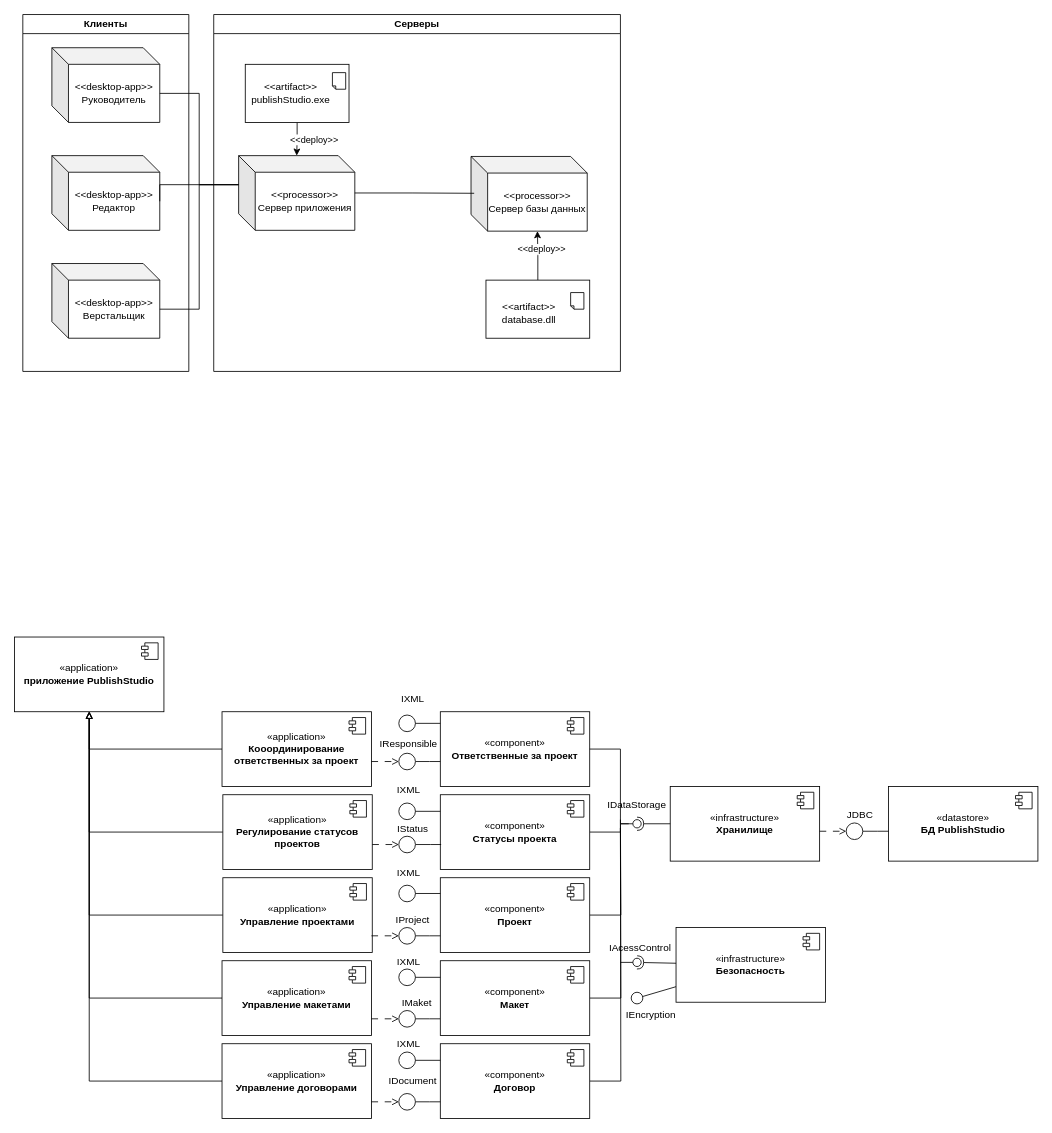
Earlier version of the draw.io diagram prac7.drawio (danaddi/draw.io). Source tidied: cells renumbered, new cells numbered last; positions are measured from the earlier drawing's top-left corner, leaving out a move shared by most shapes. Both pictures are drawn from the tidied source at 83%, with x=0, y=0 at pixel (14, 14).
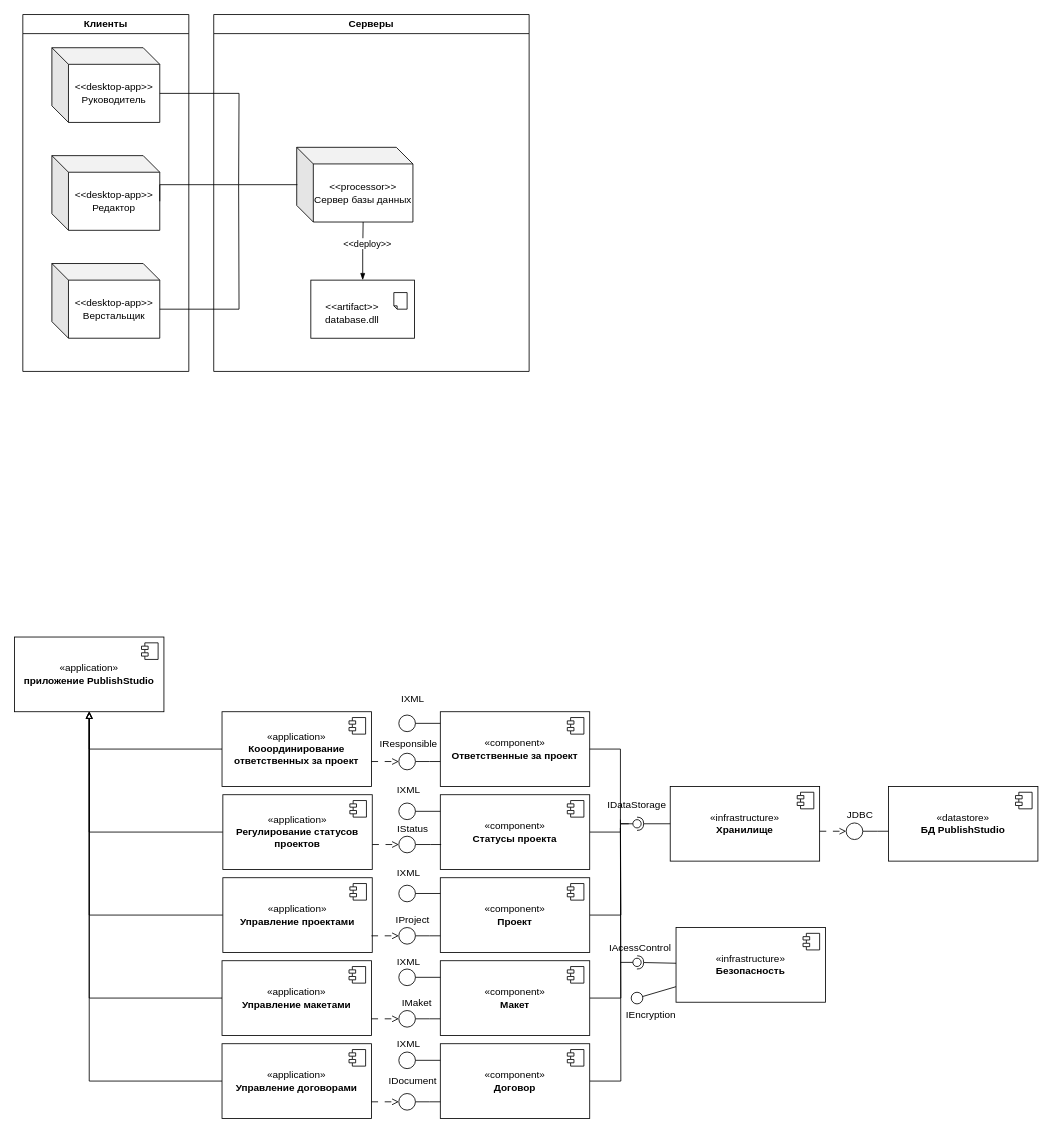
After the change.

Unchanged cells that the change refers to:
```xml
<mxCell id="3" value="&amp;lt;&amp;lt;desktop-app&amp;gt;&amp;gt;&lt;div&gt;Руководитель&lt;/div&gt;" style="shape=cube;whiteSpace=wrap;html=1;boundedLbl=1;backgroundOutline=1;darkOpacity=0.05;darkOpacity2=0.1;" parent="2" vertex="1">
  <mxGeometry x="35" y="40" width="130" height="90" as="geometry" />
</mxCell>
<mxCell id="4" value="&amp;lt;&amp;lt;desktop-app&amp;gt;&amp;gt;&lt;div&gt;Редактор&lt;/div&gt;" style="shape=cube;whiteSpace=wrap;html=1;boundedLbl=1;backgroundOutline=1;darkOpacity=0.05;darkOpacity2=0.1;" parent="2" vertex="1">
  <mxGeometry x="35" y="170" width="130" height="90" as="geometry" />
</mxCell>
<mxCell id="5" value="&amp;lt;&amp;lt;desktop-app&amp;gt;&amp;gt;&lt;div&gt;Верстальщик&lt;/div&gt;" style="shape=cube;whiteSpace=wrap;html=1;boundedLbl=1;backgroundOutline=1;darkOpacity=0.05;darkOpacity2=0.1;" parent="2" vertex="1">
  <mxGeometry x="35" y="300" width="130" height="90" as="geometry" />
</mxCell>
```

The edit, as a diff of the source:
```diff
@@
     <mxCell id="6" value="Серверы" style="swimlane;whiteSpace=wrap;html=1;" parent="1" vertex="1">
-      <mxGeometry x="240" width="490" height="430" as="geometry" />
+      <mxGeometry x="240" width="380" height="430" as="geometry" />
     </mxCell>
-    <mxCell id="7" value="&amp;lt;&amp;lt;processor&amp;gt;&amp;gt;&lt;div&gt;Сервер приложения&lt;/div&gt;" style="shape=cube;whiteSpace=wrap;html=1;boundedLbl=1;backgroundOutline=1;darkOpacity=0.05;darkOpacity2=0.1;" parent="6" vertex="1">
-      <mxGeometry x="30" y="170" width="140" height="90" as="geometry" />
-    </mxCell>
     <mxCell id="8" value="&amp;lt;&amp;lt;processor&amp;gt;&amp;gt;&lt;div&gt;Сервер базы данных&lt;/div&gt;" style="shape=cube;whiteSpace=wrap;html=1;boundedLbl=1;backgroundOutline=1;darkOpacity=0.05;darkOpacity2=0.1;" parent="6" vertex="1">
-      <mxGeometry x="310" y="171" width="140" height="90" as="geometry" />
+      <mxGeometry x="100" y="160" width="140" height="90" as="geometry" />
     </mxCell>
-    <mxCell id="9" style="edgeStyle=orthogonalEdgeStyle;rounded=0;jettySize=auto;html=1;entryX=0;entryY=0;entryDx=80;entryDy=90;entryPerimeter=0;" parent="6" edge="1" source="11" target="8">
+    <mxCell id="9" style="edgeStyle=orthogonalEdgeStyle;rounded=0;jettySize=auto;html=1;entryX=0;entryY=0;entryDx=80;entryDy=90;entryPerimeter=0;startArrow=blockThin;startFill=1;endArrow=none;endFill=0;" parent="6" edge="1" source="11" target="8">
       <mxGeometry relative="1" as="geometry" />
     </mxCell>
@@
     <mxCell id="11" value="&lt;span style=&quot;color: rgba(0, 0, 0, 0); font-family: monospace; font-size: 0px; text-align: start; text-wrap-mode: nowrap;&quot;&gt;&amp;lt;&amp;lt;&lt;/span&gt;" style="html=1;whiteSpace=wrap;" parent="6" vertex="1">
-      <mxGeometry x="328" y="320" width="125" height="70" as="geometry" />
+      <mxGeometry x="117" y="320" width="125" height="70" as="geometry" />
     </mxCell>
     <mxCell id="12" style="shape=note;whiteSpace=wrap;html=1;backgroundOutline=1;darkOpacity=0.05;size=4;rotation=-180;flipV=0;" parent="6" vertex="1">
-      <mxGeometry x="430" y="335" width="16" height="20" as="geometry" />
+      <mxGeometry x="217" y="335" width="16" height="20" as="geometry" />
     </mxCell>
     <mxCell id="13" value="&amp;lt;&amp;lt;artifact&amp;gt;&amp;gt;&lt;div&gt;database.dll&lt;/div&gt;" style="text;html=1;whiteSpace=wrap;strokeColor=none;fillColor=none;align=center;verticalAlign=middle;rounded=0;" parent="6" vertex="1">
-      <mxGeometry x="350" y="345" width="60" height="30" as="geometry" />
+      <mxGeometry x="137" y="345" width="60" height="30" as="geometry" />
     </mxCell>
-    <mxCell id="14" style="edgeStyle=orthogonalEdgeStyle;rounded=0;jettySize=auto;html=1;" parent="6" edge="1" source="15" target="7">
-      <mxGeometry relative="1" as="geometry" />
-    </mxCell>
-    <mxCell id="15" value="&lt;span style=&quot;color: rgba(0, 0, 0, 0); font-family: monospace; font-size: 0px; text-align: start; text-wrap-mode: nowrap;&quot;&gt;&amp;lt;&amp;lt;&lt;/span&gt;" style="html=1;whiteSpace=wrap;" parent="6" vertex="1">
-      <mxGeometry x="38" y="60" width="125" height="70" as="geometry" />
-    </mxCell>
-    <mxCell id="16" style="shape=note;whiteSpace=wrap;html=1;backgroundOutline=1;darkOpacity=0.05;size=4;rotation=-180;flipV=0;" parent="6" vertex="1">
-      <mxGeometry x="143" y="70" width="16" height="20" as="geometry" />
-    </mxCell>
-    <mxCell id="17" value="&amp;lt;&amp;lt;artifact&amp;gt;&amp;gt;&lt;div&gt;publishStudio.exe&lt;/div&gt;" style="text;html=1;whiteSpace=wrap;strokeColor=none;fillColor=none;align=center;verticalAlign=middle;rounded=0;" parent="6" vertex="1">
-      <mxGeometry x="63" y="80" width="60" height="30" as="geometry" />
-    </mxCell>
-    <mxCell id="18" value="&amp;lt;&amp;lt;deploy&amp;gt;&amp;gt;" style="edgeLabel;html=1;align=center;verticalAlign=middle;" parent="6" vertex="1">
-      <mxGeometry x="120" y="150" as="geometry" />
-    </mxCell>
-    <mxCell id="19" style="edgeStyle=orthogonalEdgeStyle;rounded=0;jettySize=auto;html=1;entryX=0.027;entryY=0.493;entryDx=0;entryDy=0;entryPerimeter=0;endArrow=none;endFill=0;" parent="6" edge="1" source="7" target="8">
-      <mxGeometry relative="1" as="geometry" />
+    <mxCell id="19" style="edgeStyle=orthogonalEdgeStyle;rounded=0;jettySize=auto;html=1;entryX=0.006;entryY=0.489;entryDx=0;entryDy=0;entryPerimeter=0;endArrow=none;endFill=0;" parent="6" edge="1" target="8">
+      <mxGeometry relative="1" as="geometry">
+        <mxPoint x="30" y="205" as="sourcePoint" />
+        <Array as="points">
+          <mxPoint x="100" y="205" />
+          <mxPoint x="100" y="204" />
+        </Array>
+      </mxGeometry>
     </mxCell>
-    <mxCell id="20" style="edgeStyle=orthogonalEdgeStyle;rounded=0;jettySize=auto;html=1;exitX=0;exitY=0;exitDx=130;exitDy=55;exitPerimeter=0;entryX=0;entryY=0;entryDx=0;entryDy=35;entryPerimeter=0;endArrow=none;endFill=0;" parent="1" edge="1" source="3" target="7">
-      <mxGeometry relative="1" as="geometry" />
+    <mxCell id="20" style="edgeStyle=orthogonalEdgeStyle;rounded=0;jettySize=auto;html=1;exitX=0;exitY=0;exitDx=130;exitDy=55;exitPerimeter=0;entryX=0;entryY=0;entryDx=0;entryDy=35;entryPerimeter=0;endArrow=none;endFill=0;" parent="1" edge="1" source="3">
+      <mxGeometry relative="1" as="geometry">
+        <mxPoint x="270" y="205" as="targetPoint" />
+      </mxGeometry>
     </mxCell>
-    <mxCell id="21" style="edgeStyle=orthogonalEdgeStyle;rounded=0;jettySize=auto;html=1;exitX=0;exitY=0;exitDx=130;exitDy=55;exitPerimeter=0;entryX=0;entryY=0;entryDx=0;entryDy=35;entryPerimeter=0;endArrow=none;endFill=0;" parent="1" edge="1" source="4" target="7">
+    <mxCell id="21" style="edgeStyle=orthogonalEdgeStyle;rounded=0;jettySize=auto;html=1;exitX=0;exitY=0;exitDx=130;exitDy=55;exitPerimeter=0;entryX=0;entryY=0;entryDx=0;entryDy=35;entryPerimeter=0;endArrow=none;endFill=0;" parent="1" edge="1" source="4">
       <mxGeometry relative="1" as="geometry">
+        <mxPoint x="270" y="205" as="targetPoint" />
         <Array as="points">
           <mxPoint x="175" y="205" />
         </Array>
       </mxGeometry>
     </mxCell>
-    <mxCell id="22" style="edgeStyle=orthogonalEdgeStyle;rounded=0;jettySize=auto;html=1;exitX=0;exitY=0;exitDx=130;exitDy=55;exitPerimeter=0;entryX=0;entryY=0;entryDx=0;entryDy=35;entryPerimeter=0;endArrow=none;endFill=0;" parent="1" edge="1" source="5" target="7">
-      <mxGeometry relative="1" as="geometry" />
+    <mxCell id="22" style="edgeStyle=orthogonalEdgeStyle;rounded=0;jettySize=auto;html=1;exitX=0;exitY=0;exitDx=130;exitDy=55;exitPerimeter=0;entryX=0;entryY=0;entryDx=0;entryDy=35;entryPerimeter=0;endArrow=none;endFill=0;" parent="1" edge="1" source="5">
+      <mxGeometry relative="1" as="geometry">
+        <mxPoint x="270" y="205" as="targetPoint" />
+      </mxGeometry>
     </mxCell>
```
